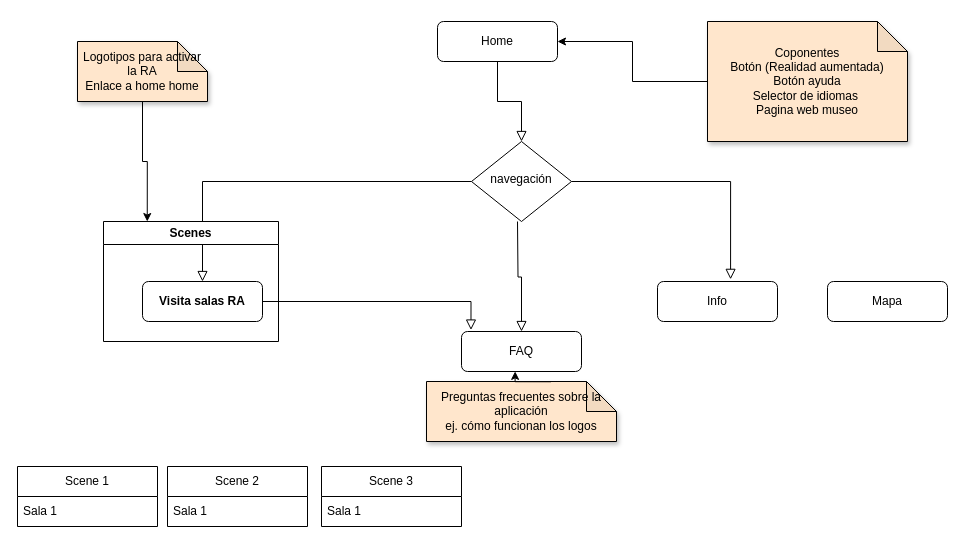
Before: appventurers-application-diagram.drawio in webferrol/appventurers-doc, a draw.io diagram. Source tidied: cells renumbered, new cells numbered last; positions are measured from the earlier drawing's top-left corner, leaving out a move shared by most shapes. Both pictures are drawn from the tidied source at 100%, with x=0, y=0 at pixel (17, 21).
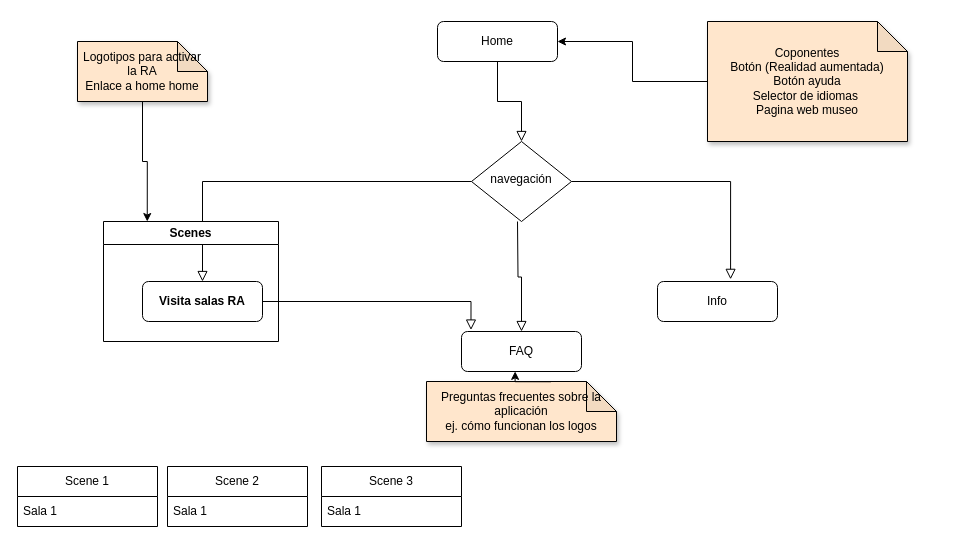
The same page after the edit.

Diff of the diagram source:
```diff
@@
-    <mxCell id="11" value="Mapa" style="rounded=1;whiteSpace=wrap;html=1;fontSize=12;glass=0;strokeWidth=1;shadow=0;" parent="1" vertex="1">
-      <mxGeometry x="810" y="260" width="120" height="40" as="geometry" />
-    </mxCell>
```
